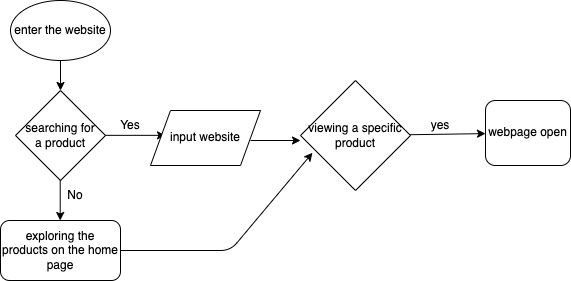
Earlier version of the draw.io export explore/diagramming/diagram.drawio.png (jiaxin-yeah/fa22-cse110-lab4). Source tidied: cells renumbered, new cells last; positions are measured from the earlier drawing's top-left corner, leaving out a move shared by most shapes.
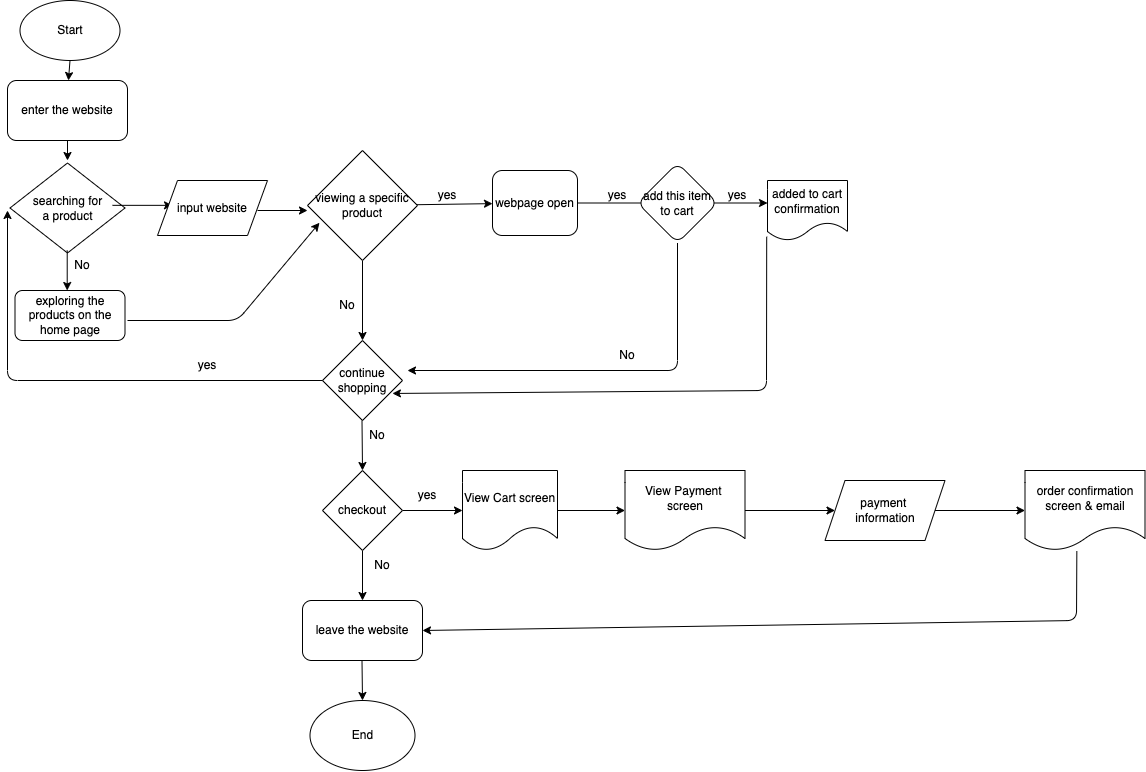
After the change.

The edit, as a diff of the source:
```diff
@@ -2,8 +2,11 @@
   <root>
     <mxCell id="0" />
     <mxCell id="1" parent="0" />
+    <mxCell id="17" style="edgeStyle=none;html=1;" parent="1" edge="1" source="2" target="37">
+      <mxGeometry relative="1" as="geometry" />
+    </mxCell>
-    <mxCell id="2" value="enter the website" style="ellipse;whiteSpace=wrap;html=1;" parent="1" vertex="1">
-      <mxGeometry x="10" width="100" height="60" as="geometry" />
+    <mxCell id="2" value="Start" style="ellipse;whiteSpace=wrap;html=1;" parent="1" vertex="1">
+      <mxGeometry x="12.5" y="-70" width="100" height="60" as="geometry" />
     </mxCell>
     <mxCell id="3" style="endArrow=classic;html=1;" parent="1" edge="1">
       <mxGeometry relative="1" as="geometry">
@@ -12,7 +15,7 @@
       </mxGeometry>
     </mxCell>
     <mxCell id="4" value="searching for&lt;br&gt;a product" style="rhombus;whiteSpace=wrap;html=1;" parent="1" vertex="1">
-      <mxGeometry x="15" y="90" width="90" height="90" as="geometry" />
+      <mxGeometry x="2.5" y="92.5" width="115" height="90" as="geometry" />
     </mxCell>
     <mxCell id="5" style="endArrow=classic;html=1;" parent="1" edge="1">
       <mxGeometry relative="1" as="geometry">
@@ -20,9 +23,6 @@
         <mxPoint x="165" y="134.8" as="targetPoint" />
       </mxGeometry>
     </mxCell>
-    <mxCell id="6" value="Yes" style="text;html=1;strokeColor=none;fillColor=none;align=center;verticalAlign=middle;whiteSpace=wrap;rounded=0;" parent="1" vertex="1">
-      <mxGeometry x="100" y="110" width="60" height="30" as="geometry" />
-    </mxCell>
     <mxCell id="7" value="input website" style="shape=parallelogram;perimeter=parallelogramPerimeter;whiteSpace=wrap;html=1;fixedSize=1;" parent="1" vertex="1">
       <mxGeometry x="150" y="110" width="110" height="55" as="geometry" />
     </mxCell>
@@ -36,7 +36,7 @@
       <mxGeometry x="45" y="180" width="60" height="30" as="geometry" />
     </mxCell>
     <mxCell id="10" value="exploring the products on the home page" style="rounded=1;whiteSpace=wrap;html=1;" parent="1" vertex="1">
-      <mxGeometry y="220" width="120" height="60" as="geometry" />
+      <mxGeometry x="7.5" y="220" width="110" height="50" as="geometry" />
     </mxCell>
     <mxCell id="11" style="endArrow=classic;html=1;" parent="1" edge="1">
       <mxGeometry relative="1" as="geometry">
@@ -55,14 +55,138 @@
     <mxCell id="13" style="edgeStyle=none;html=1;" parent="1" edge="1" source="14" target="15">
       <mxGeometry relative="1" as="geometry" />
     </mxCell>
+    <mxCell id="18" style="edgeStyle=none;html=1;" parent="1" edge="1" source="14">
+      <mxGeometry relative="1" as="geometry">
+        <mxPoint x="355" y="270" as="targetPoint" />
+      </mxGeometry>
+    </mxCell>
     <mxCell id="14" value="viewing&amp;nbsp;a specific product" style="rhombus;whiteSpace=wrap;html=1;" parent="1" vertex="1">
       <mxGeometry x="300" y="80" width="110" height="110" as="geometry" />
     </mxCell>
+    <mxCell id="19" style="edgeStyle=none;html=1;entryX=1;entryY=0.75;entryDx=0;entryDy=0;" parent="1" edge="1" source="15" target="24">
+      <mxGeometry relative="1" as="geometry" />
+    </mxCell>
     <mxCell id="15" value="webpage open" style="rounded=1;whiteSpace=wrap;html=1;" parent="1" vertex="1">
       <mxGeometry x="485" y="100" width="85" height="65" as="geometry" />
     </mxCell>
     <mxCell id="16" value="yes" style="text;html=1;strokeColor=none;fillColor=none;align=center;verticalAlign=middle;whiteSpace=wrap;rounded=0;" parent="1" vertex="1">
       <mxGeometry x="410" y="110" width="60" height="30" as="geometry" />
     </mxCell>
+    <mxCell id="20" value="No" style="text;html=1;strokeColor=none;fillColor=none;align=center;verticalAlign=middle;whiteSpace=wrap;rounded=0;" parent="1" vertex="1">
+      <mxGeometry x="310" y="220" width="60" height="30" as="geometry" />
+    </mxCell>
+    <mxCell id="21" value="continue shopping" style="rhombus;whiteSpace=wrap;html=1;" parent="1" vertex="1">
+      <mxGeometry x="315" y="270" width="80" height="80" as="geometry" />
+    </mxCell>
+    <mxCell id="22" style="edgeStyle=none;html=1;" parent="1" edge="1" source="23">
+      <mxGeometry relative="1" as="geometry">
+        <mxPoint x="400" y="300" as="targetPoint" />
+        <Array as="points">
+          <mxPoint x="670" y="300" />
+        </Array>
+      </mxGeometry>
+    </mxCell>
+    <mxCell id="23" value="add this item to cart" style="rhombus;whiteSpace=wrap;html=1;rounded=1;" parent="1" vertex="1">
+      <mxGeometry x="630" y="92.5" width="80" height="80" as="geometry" />
+    </mxCell>
+    <mxCell id="24" value="yes" style="text;html=1;strokeColor=none;fillColor=none;align=center;verticalAlign=middle;whiteSpace=wrap;rounded=0;" parent="1" vertex="1">
+      <mxGeometry x="700" y="110" width="60" height="30" as="geometry" />
+    </mxCell>
+    <mxCell id="25" value="No" style="text;html=1;strokeColor=none;fillColor=none;align=center;verticalAlign=middle;whiteSpace=wrap;rounded=0;" parent="1" vertex="1">
+      <mxGeometry x="590" y="270" width="60" height="30" as="geometry" />
+    </mxCell>
+    <mxCell id="26" value="yes" style="text;html=1;strokeColor=none;fillColor=none;align=center;verticalAlign=middle;whiteSpace=wrap;rounded=0;" parent="1" vertex="1">
+      <mxGeometry x="580" y="110" width="60" height="30" as="geometry" />
+    </mxCell>
+    <mxCell id="27" value="added to cart confirmation" style="shape=document;whiteSpace=wrap;html=1;boundedLbl=1;" parent="1" vertex="1">
+      <mxGeometry x="760" y="110" width="80" height="60" as="geometry" />
+    </mxCell>
+    <mxCell id="28" style="edgeStyle=none;html=1;exitX=-0.01;exitY=0.937;exitDx=0;exitDy=0;exitPerimeter=0;entryX=0.874;entryY=0.662;entryDx=0;entryDy=0;entryPerimeter=0;" parent="1" edge="1" source="27" target="21">
+      <mxGeometry relative="1" as="geometry">
+        <Array as="points">
+          <mxPoint x="759" y="320" />
+        </Array>
+      </mxGeometry>
+    </mxCell>
+    <mxCell id="29" style="endArrow=classic;html=1;exitX=0;exitY=0.5;exitDx=0;exitDy=0;" parent="1" edge="1" source="21">
+      <mxGeometry relative="1" as="geometry">
+        <mxPoint y="140" as="targetPoint" />
+        <Array as="points">
+          <mxPoint y="310" />
+        </Array>
+      </mxGeometry>
+    </mxCell>
+    <mxCell id="30" value="yes" style="text;html=1;strokeColor=none;fillColor=none;align=center;verticalAlign=middle;whiteSpace=wrap;rounded=0;" parent="1" vertex="1">
+      <mxGeometry x="170" y="280" width="60" height="30" as="geometry" />
+    </mxCell>
+    <mxCell id="31" style="edgeStyle=none;html=1;" parent="1" edge="1">
+      <mxGeometry relative="1" as="geometry">
+        <mxPoint x="354.5" y="350" as="sourcePoint" />
+        <mxPoint x="355" y="400" as="targetPoint" />
+      </mxGeometry>
+    </mxCell>
+    <mxCell id="32" value="No" style="text;html=1;strokeColor=none;fillColor=none;align=center;verticalAlign=middle;whiteSpace=wrap;rounded=0;" parent="1" vertex="1">
+      <mxGeometry x="340" y="350" width="60" height="30" as="geometry" />
+    </mxCell>
+    <mxCell id="33" style="edgeStyle=none;html=1;" parent="1" edge="1" source="35">
+      <mxGeometry relative="1" as="geometry">
+        <mxPoint x="355" y="530" as="targetPoint" />
+      </mxGeometry>
+    </mxCell>
+    <mxCell id="34" style="edgeStyle=none;html=1;" parent="1" edge="1" source="35" target="42">
+      <mxGeometry relative="1" as="geometry" />
+    </mxCell>
+    <mxCell id="35" value="checkout" style="rhombus;whiteSpace=wrap;html=1;" parent="1" vertex="1">
+      <mxGeometry x="315" y="400" width="80" height="80" as="geometry" />
+    </mxCell>
+    <mxCell id="36" value="End" style="ellipse;whiteSpace=wrap;html=1;" parent="1" vertex="1">
+      <mxGeometry x="302.5" y="630" width="105" height="70" as="geometry" />
+    </mxCell>
+    <mxCell id="37" value="enter the website" style="rounded=1;whiteSpace=wrap;html=1;" parent="1" vertex="1">
+      <mxGeometry y="10" width="120" height="60" as="geometry" />
+    </mxCell>
+    <mxCell id="38" value="leave the website" style="rounded=1;whiteSpace=wrap;html=1;" parent="1" vertex="1">
+      <mxGeometry x="295" y="530" width="120" height="60" as="geometry" />
+    </mxCell>
+    <mxCell id="39" value="No" style="text;html=1;strokeColor=none;fillColor=none;align=center;verticalAlign=middle;whiteSpace=wrap;rounded=0;" parent="1" vertex="1">
+      <mxGeometry x="345" y="480" width="60" height="30" as="geometry" />
+    </mxCell>
+    <mxCell id="40" style="edgeStyle=none;html=1;" parent="1" edge="1">
+      <mxGeometry relative="1" as="geometry">
+        <mxPoint x="354.5" y="590" as="sourcePoint" />
+        <mxPoint x="355" y="630" as="targetPoint" />
+      </mxGeometry>
+    </mxCell>
+    <mxCell id="41" style="edgeStyle=none;html=1;" parent="1" edge="1" source="42" target="45">
+      <mxGeometry relative="1" as="geometry" />
+    </mxCell>
+    <mxCell id="42" value="View Cart screen" style="shape=document;whiteSpace=wrap;html=1;boundedLbl=1;" parent="1" vertex="1">
+      <mxGeometry x="455" y="400" width="95" height="80" as="geometry" />
+    </mxCell>
+    <mxCell id="43" value="yes" style="text;html=1;strokeColor=none;fillColor=none;align=center;verticalAlign=middle;whiteSpace=wrap;rounded=0;" parent="1" vertex="1">
+      <mxGeometry x="390" y="410" width="60" height="30" as="geometry" />
+    </mxCell>
+    <mxCell id="44" style="edgeStyle=none;html=1;" parent="1" edge="1" source="45" target="47">
+      <mxGeometry relative="1" as="geometry" />
+    </mxCell>
+    <mxCell id="45" value="View Payment &lt;br&gt;screen" style="shape=document;whiteSpace=wrap;html=1;boundedLbl=1;" parent="1" vertex="1">
+      <mxGeometry x="617.5" y="400" width="120" height="80" as="geometry" />
+    </mxCell>
+    <mxCell id="46" style="edgeStyle=none;html=1;" parent="1" edge="1" source="47" target="48">
+      <mxGeometry relative="1" as="geometry" />
+    </mxCell>
+    <mxCell id="47" value="payment &lt;br&gt;information" style="shape=parallelogram;perimeter=parallelogramPerimeter;whiteSpace=wrap;html=1;fixedSize=1;" parent="1" vertex="1">
+      <mxGeometry x="817.5" y="410" width="120" height="60" as="geometry" />
+    </mxCell>
+    <mxCell id="48" value="order confirmation screen &amp;amp; email" style="shape=document;whiteSpace=wrap;html=1;boundedLbl=1;" parent="1" vertex="1">
+      <mxGeometry x="1017.5" y="400" width="120" height="80" as="geometry" />
+    </mxCell>
+    <mxCell id="49" style="endArrow=classic;html=1;entryX=1;entryY=0.5;entryDx=0;entryDy=0;exitX=0.432;exitY=1.007;exitDx=0;exitDy=0;exitPerimeter=0;" parent="1" edge="1" source="48" target="38">
+      <mxGeometry relative="1" as="geometry">
+        <Array as="points">
+          <mxPoint x="1069" y="550" />
+        </Array>
+      </mxGeometry>
+    </mxCell>
   </root>
 </mxGraphModel>
```
